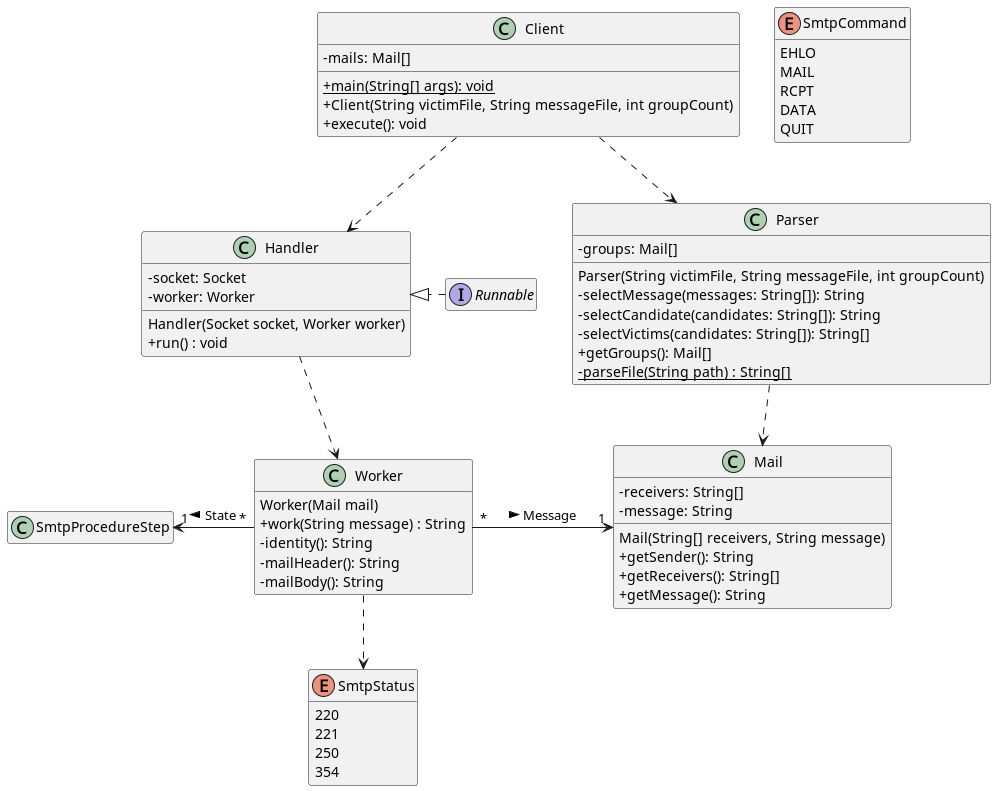
Before: doc/class_diagram.png, a diagram exported from PlantUML (a-mango/dai-lab-smtp).
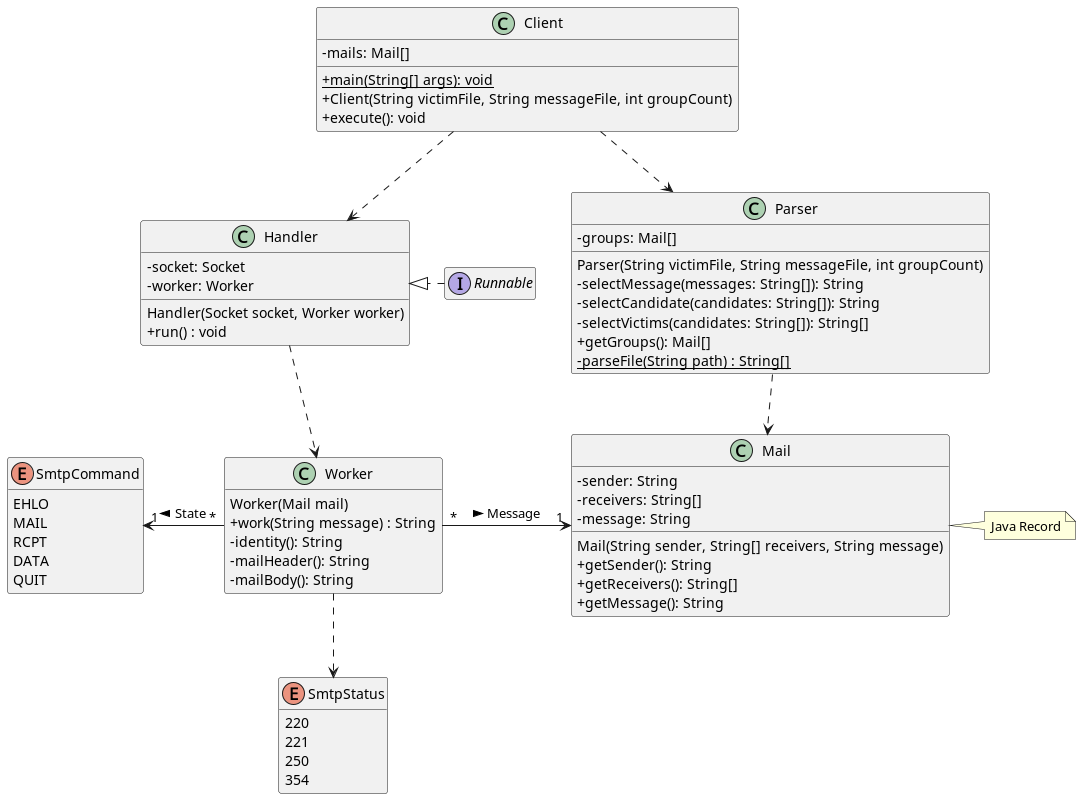
Later version of the same file.

Commit message:
fix: refactor mail class to a record

The edit, as a diff of the source:
```diff
@@ -52,13 +52,17 @@
 }
 
 class Mail {
+    - sender: String
     - receivers: String[]
     - message: String
-    Mail(String[] receivers, String message)
+    Mail(String sender, String[] receivers, String message)
     + getSender(): String
     + getReceivers(): String[]
     + getMessage(): String
 }
+
+note right of Mail: Java Record
+
 
 interface Runnable
 
@@ -68,6 +72,6 @@
 Runnable .right.|> Handler
 Parser ..> Mail
 Worker "*" -right-> "1" Mail : "Message >"
-Worker "*" -left-> "1" SmtpProcedureStep : "State >"
+Worker "*" -left-> "1" SmtpCommand : "State >"
 Worker .down.> SmtpStatus
 @enduml
```
